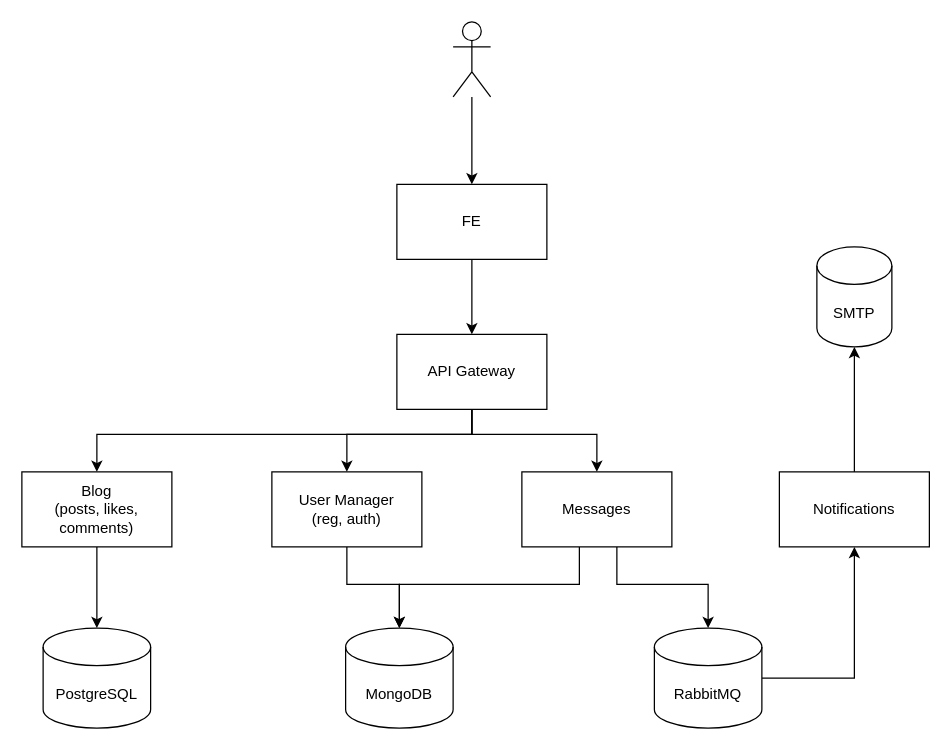
Earlier version of the draw.io diagram specification.drawio (htmlacademy-nestjs/489241-readme-6). Source tidied: cells renumbered, new cells numbered last; positions are measured from the earlier drawing's top-left corner, leaving out a move shared by most shapes. Both pictures are drawn from the tidied source at 125%, with x=0, y=0 at pixel (21, 21).
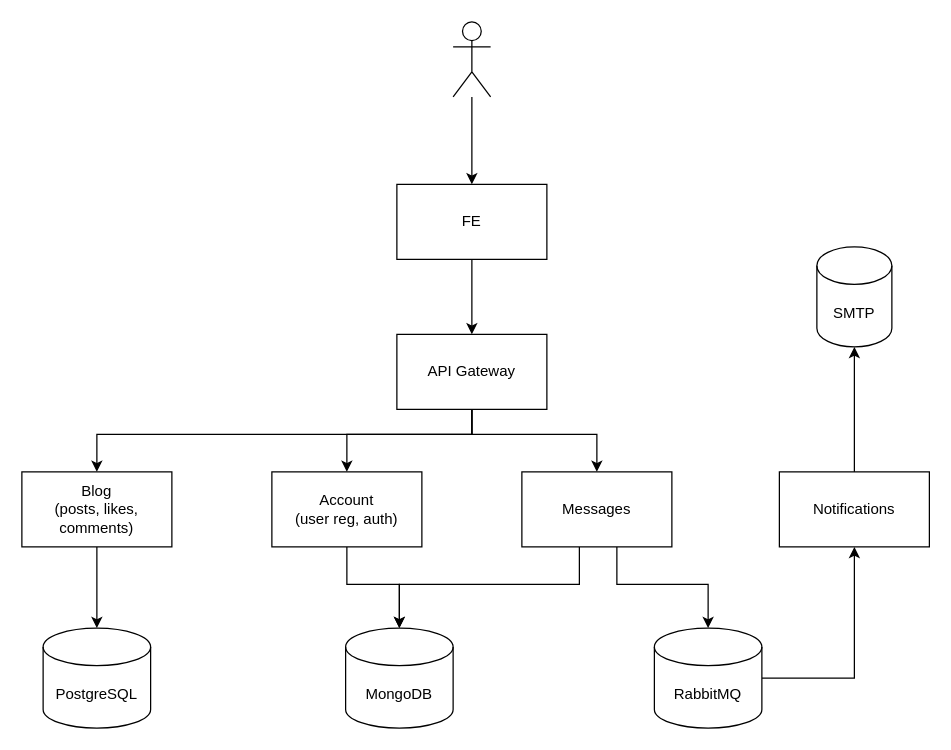
Above is the later version.

Diff of the diagram source:
```diff
@@
-    <mxCell id="6" value="User Manager&lt;br&gt;(reg, auth)" style="rounded=0;whiteSpace=wrap;html=1;" parent="1" vertex="1">
+    <mxCell id="6" value="Account&lt;br&gt;(user reg, auth)" style="rounded=0;whiteSpace=wrap;html=1;" parent="1" vertex="1">
       <mxGeometry x="200" y="360" width="120" height="60" as="geometry" />
     </mxCell>
```
